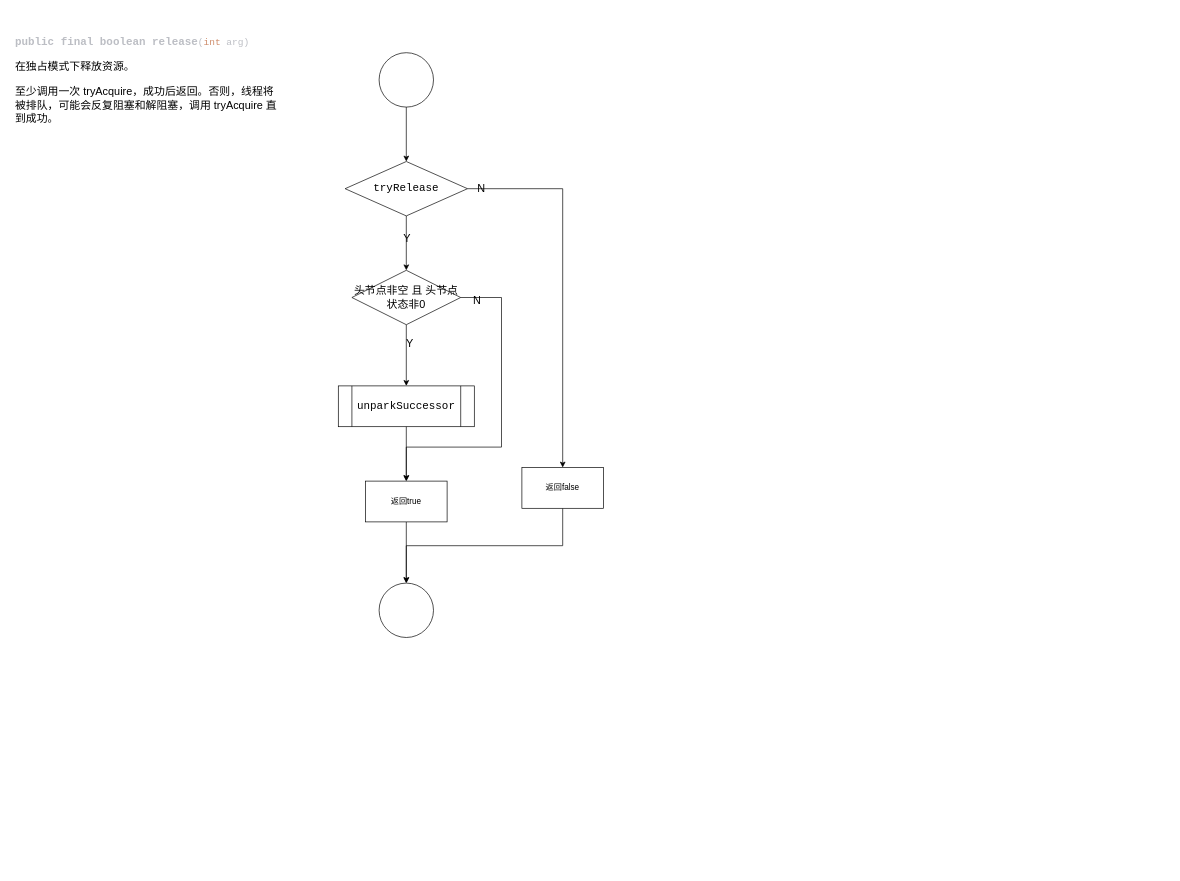
Above: page "release" (2 of 13) of src/drawio/aqs/aqs.drawio in NikolaZhang/NikolaZhang.github.io (draw.io), before the change. Source tidied: cells renumbered, new cells numbered last; positions are measured from the earlier drawing's top-left corner, leaving out a move shared by most shapes. Both pictures are drawn from the tidied source at 68%, with x=0, y=0 at pixel (12, 32).
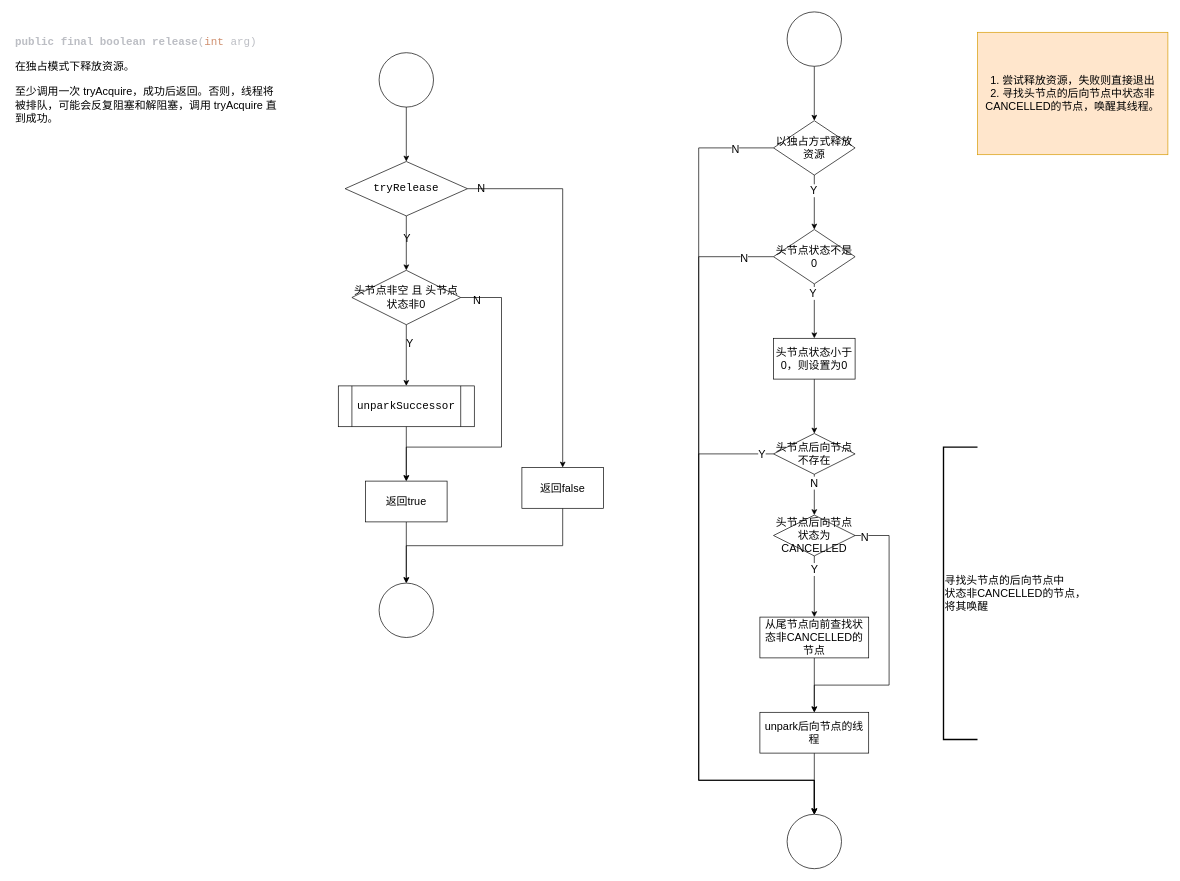
The same page after the edit.

Unchanged cells that the change refers to:
```xml
<mxCell id="17" style="ellipse;whiteSpace=wrap;html=1;fontSize=16;fontColor=#000000;labelBackgroundColor=none;" parent="1" vertex="1">
  <mxGeometry x="540" y="810" width="80" height="80" as="geometry" />
</mxCell>
```

Change to the diagram source:
```diff
@@
-    <mxCell id="2" value="&lt;h1 style=&quot;font-size: 16px;&quot;&gt;&lt;div style=&quot;color: rgb(188, 190, 196); font-size: 16px;&quot;&gt;&lt;pre style=&quot;font-family: &amp;quot;Fira Code Medium&amp;quot;, monospace; font-size: 16px;&quot;&gt;&lt;div style=&quot;font-size: 16px;&quot;&gt;&lt;pre style=&quot;font-family: &amp;quot;Fira Code Medium&amp;quot;, monospace; font-size: 16px;&quot;&gt;public final boolean release&lt;span style=&quot;font-size: 10.5pt; font-weight: normal;&quot;&gt;(&lt;/span&gt;&lt;span style=&quot;font-size: 10.5pt; font-weight: normal; color: rgb(207, 142, 109);&quot;&gt;int &lt;/span&gt;&lt;span style=&quot;font-size: 10.5pt; font-weight: normal;&quot;&gt;arg)&lt;/span&gt;&lt;/pre&gt;&lt;pre style=&quot;font-family: &amp;quot;Fira Code Medium&amp;quot;, monospace; font-size: 16px;&quot;&gt;&lt;span style=&quot;background-color: initial; color: rgb(0, 0, 0); font-family: Helvetica; font-weight: normal;&quot;&gt;在独占模式下释放资源。&lt;/span&gt;&lt;br&gt;&lt;/pre&gt;&lt;/div&gt;&lt;/pre&gt;&lt;/div&gt;&lt;/h1&gt;&lt;p style=&quot;font-size: 16px;&quot;&gt;至少调用一次 tryAcquire，成功后返回。否则，线程将被排队，可能会反复阻塞和解阻塞，调用 tryAcquire 直到成功。&lt;/p&gt;" style="text;html=1;strokeColor=none;fillColor=none;spacing=5;spacingTop=-20;whiteSpace=wrap;overflow=hidden;rounded=0;fontSize=16;" parent="1" vertex="1">
+    <mxCell id="2" value="&lt;h1 style=&quot;font-size: 16px;&quot;&gt;&lt;div style=&quot;color: rgb(188, 190, 196); font-size: 16px;&quot;&gt;&lt;pre style=&quot;font-family: &amp;quot;Fira Code Medium&amp;quot;, monospace; font-size: 16px;&quot;&gt;&lt;div style=&quot;font-size: 16px;&quot;&gt;&lt;pre style=&quot;font-family: &amp;quot;Fira Code Medium&amp;quot;, monospace; font-size: 16px;&quot;&gt;public final boolean release&lt;span style=&quot;font-size: 16px; font-weight: normal;&quot;&gt;(&lt;/span&gt;&lt;span style=&quot;font-size: 16px; font-weight: normal; color: rgb(207, 142, 109);&quot;&gt;int &lt;/span&gt;&lt;span style=&quot;font-size: 16px; font-weight: normal;&quot;&gt;arg)&lt;/span&gt;&lt;/pre&gt;&lt;pre style=&quot;font-family: &amp;quot;Fira Code Medium&amp;quot;, monospace; font-size: 16px;&quot;&gt;&lt;span style=&quot;background-color: initial; color: rgb(0, 0, 0); font-family: Helvetica; font-weight: normal; font-size: 16px;&quot;&gt;在独占模式下释放资源。&lt;/span&gt;&lt;br style=&quot;font-size: 16px;&quot;&gt;&lt;/pre&gt;&lt;/div&gt;&lt;/pre&gt;&lt;/div&gt;&lt;/h1&gt;&lt;p style=&quot;font-size: 16px;&quot;&gt;至少调用一次 tryAcquire，成功后返回。否则，线程将被排队，可能会反复阻塞和解阻塞，调用 tryAcquire 直到成功。&lt;/p&gt;" style="text;html=1;strokeColor=none;fillColor=none;spacing=5;spacingTop=-20;whiteSpace=wrap;overflow=hidden;rounded=0;fontSize=16;" parent="1" vertex="1">
       <mxGeometry width="400" height="150" as="geometry" />
     </mxCell>
@@
-    <mxCell id="19" value="返回true" style="rounded=0;whiteSpace=wrap;html=1;" parent="1" vertex="1">
+    <mxCell id="19" value="返回true" style="rounded=0;whiteSpace=wrap;html=1;fontSize=16;" parent="1" vertex="1">
       <mxGeometry x="520" y="660" width="120" height="60" as="geometry" />
     </mxCell>
-    <mxCell id="20" style="edgeStyle=orthogonalEdgeStyle;rounded=0;jettySize=auto;html=1;exitX=0.5;exitY=1;exitDx=0;exitDy=0;entryX=0.5;entryY=0;entryDx=0;entryDy=0;" parent="1" edge="1" source="21" target="17">
+    <mxCell id="20" style="edgeStyle=orthogonalEdgeStyle;rounded=0;jettySize=auto;html=1;exitX=0.5;exitY=1;exitDx=0;exitDy=0;entryX=0.5;entryY=0;entryDx=0;entryDy=0;fontSize=16;" parent="1" edge="1" source="21" target="17">
       <mxGeometry relative="1" as="geometry" />
     </mxCell>
-    <mxCell id="21" value="返回false" style="rounded=0;whiteSpace=wrap;html=1;" parent="1" vertex="1">
+    <mxCell id="21" value="返回false" style="rounded=0;whiteSpace=wrap;html=1;fontSize=16;" parent="1" vertex="1">
       <mxGeometry x="750" y="640" width="120" height="60" as="geometry" />
     </mxCell>
+    <mxCell id="22" style="edgeStyle=orthogonalEdgeStyle;rounded=0;jettySize=auto;html=1;fontSize=16;" parent="1" edge="1" source="23" target="28">
+      <mxGeometry relative="1" as="geometry" />
+    </mxCell>
+    <mxCell id="23" style="ellipse;whiteSpace=wrap;html=1;fontSize=16;" parent="1" vertex="1">
+      <mxGeometry x="1140" y="-30" width="80" height="80" as="geometry" />
+    </mxCell>
+    <mxCell id="24" style="edgeStyle=orthogonalEdgeStyle;rounded=0;jettySize=auto;html=1;fontSize=16;" parent="1" edge="1" source="28" target="33">
+      <mxGeometry relative="1" as="geometry" />
+    </mxCell>
+    <mxCell id="25" value="Y" style="edgeLabel;html=1;align=center;verticalAlign=middle;fontSize=16;" parent="24" vertex="1">
+      <mxGeometry x="-0.45" y="-2" relative="1" as="geometry" />
+    </mxCell>
+    <mxCell id="26" style="edgeStyle=orthogonalEdgeStyle;rounded=0;jettySize=auto;html=1;fontSize=16;" parent="1" edge="1" source="28" target="36">
+      <mxGeometry relative="1" as="geometry">
+        <Array as="points">
+          <mxPoint x="1010" y="170" />
+          <mxPoint x="1010" y="1100" />
+          <mxPoint x="1180" y="1100" />
+        </Array>
+      </mxGeometry>
+    </mxCell>
+    <mxCell id="27" value="N" style="edgeLabel;html=1;align=center;verticalAlign=middle;fontSize=16;" parent="26" vertex="1">
+      <mxGeometry x="-0.91" y="1" relative="1" as="geometry" />
+    </mxCell>
+    <mxCell id="28" value="以独占方式释放资源" style="rhombus;whiteSpace=wrap;html=1;fontSize=16;" parent="1" vertex="1">
+      <mxGeometry x="1120" y="130" width="120" height="80" as="geometry" />
+    </mxCell>
+    <mxCell id="29" style="edgeStyle=orthogonalEdgeStyle;rounded=0;jettySize=auto;html=1;fontSize=16;" parent="1" edge="1" source="33" target="35">
+      <mxGeometry relative="1" as="geometry" />
+    </mxCell>
+    <mxCell id="30" value="Y" style="edgeLabel;html=1;align=center;verticalAlign=middle;fontSize=16;" parent="29" vertex="1">
+      <mxGeometry x="-0.67" y="-3" relative="1" as="geometry" />
+    </mxCell>
+    <mxCell id="31" style="edgeStyle=orthogonalEdgeStyle;rounded=0;jettySize=auto;html=1;exitX=0;exitY=0.5;exitDx=0;exitDy=0;entryX=0.5;entryY=0;entryDx=0;entryDy=0;fontSize=16;" parent="1" edge="1" source="33" target="36">
+      <mxGeometry relative="1" as="geometry">
+        <Array as="points">
+          <mxPoint x="1010" y="330" />
+          <mxPoint x="1010" y="1100" />
+          <mxPoint x="1180" y="1100" />
+        </Array>
+      </mxGeometry>
+    </mxCell>
+    <mxCell id="32" value="N" style="edgeLabel;html=1;align=center;verticalAlign=middle;fontSize=16;" parent="31" vertex="1">
+      <mxGeometry x="-0.92" y="1" relative="1" as="geometry" />
+    </mxCell>
+    <mxCell id="33" value="头节点状态不是0" style="rhombus;whiteSpace=wrap;html=1;fontSize=16;" parent="1" vertex="1">
+      <mxGeometry x="1120" y="290" width="120" height="80" as="geometry" />
+    </mxCell>
+    <mxCell id="34" style="edgeStyle=orthogonalEdgeStyle;rounded=0;jettySize=auto;html=1;fontSize=16;" parent="1" edge="1" source="35" target="41">
+      <mxGeometry relative="1" as="geometry" />
+    </mxCell>
+    <mxCell id="35" value="头节点状态小于0，则设置为0" style="whiteSpace=wrap;html=1;fontSize=16;" parent="1" vertex="1">
+      <mxGeometry x="1120" y="450" width="120" height="60" as="geometry" />
+    </mxCell>
+    <mxCell id="36" style="ellipse;whiteSpace=wrap;html=1;fontSize=16;" parent="1" vertex="1">
+      <mxGeometry x="1140" y="1150" width="80" height="80" as="geometry" />
+    </mxCell>
+    <mxCell id="37" style="edgeStyle=orthogonalEdgeStyle;rounded=0;jettySize=auto;html=1;fontSize=16;" parent="1" edge="1" source="48" target="43">
+      <mxGeometry relative="1" as="geometry" />
+    </mxCell>
+    <mxCell id="38" value="Y" style="edgeLabel;html=1;align=center;verticalAlign=middle;fontSize=16;" parent="37" vertex="1">
+      <mxGeometry x="-0.58" y="-1" relative="1" as="geometry" />
+    </mxCell>
+    <mxCell id="39" style="edgeStyle=orthogonalEdgeStyle;rounded=0;jettySize=auto;html=1;exitX=0;exitY=0.5;exitDx=0;exitDy=0;entryX=0.5;entryY=0;entryDx=0;entryDy=0;fontSize=16;" parent="1" edge="1" source="41" target="36">
+      <mxGeometry relative="1" as="geometry">
+        <Array as="points">
+          <mxPoint x="1010" y="620" />
+          <mxPoint x="1010" y="1100" />
+          <mxPoint x="1180" y="1100" />
+        </Array>
+      </mxGeometry>
+    </mxCell>
+    <mxCell id="40" value="Y" style="edgeLabel;html=1;align=center;verticalAlign=middle;fontSize=16;" parent="39" vertex="1">
+      <mxGeometry x="-0.76" y="1" relative="1" as="geometry">
+        <mxPoint x="79" y="-1" as="offset" />
+      </mxGeometry>
+    </mxCell>
+    <mxCell id="41" value="头节点后向节点不存在" style="whiteSpace=wrap;html=1;shape=rhombus;perimeter=rhombusPerimeter;fontSize=16;" parent="1" vertex="1">
+      <mxGeometry x="1120" y="590" width="120" height="60" as="geometry" />
+    </mxCell>
+    <mxCell id="42" style="edgeStyle=orthogonalEdgeStyle;rounded=0;jettySize=auto;html=1;fontSize=16;" parent="1" edge="1" source="43" target="50">
+      <mxGeometry relative="1" as="geometry" />
+    </mxCell>
+    <mxCell id="43" value="从尾节点向前查找状态非CANCELLED的节点" style="whiteSpace=wrap;html=1;fontSize=16;" parent="1" vertex="1">
+      <mxGeometry x="1100" y="860" width="160" height="60" as="geometry" />
+    </mxCell>
+    <mxCell id="44" style="edgeStyle=orthogonalEdgeStyle;rounded=0;jettySize=auto;html=1;fontSize=16;" parent="1" edge="1" source="41" target="48">
+      <mxGeometry relative="1" as="geometry" />
+    </mxCell>
+    <mxCell id="45" value="N" style="edgeLabel;html=1;align=center;verticalAlign=middle;fontSize=16;" parent="44" vertex="1">
+      <mxGeometry x="-0.61" y="-1" relative="1" as="geometry" />
+    </mxCell>
+    <mxCell id="46" style="edgeStyle=orthogonalEdgeStyle;rounded=0;jettySize=auto;html=1;exitX=1;exitY=0.5;exitDx=0;exitDy=0;entryX=0.5;entryY=0;entryDx=0;entryDy=0;fontSize=16;" parent="1" edge="1" source="48" target="50">
+      <mxGeometry relative="1" as="geometry">
+        <Array as="points">
+          <mxPoint x="1290" y="740" />
+          <mxPoint x="1290" y="960" />
+          <mxPoint x="1180" y="960" />
+        </Array>
+      </mxGeometry>
+    </mxCell>
+    <mxCell id="47" value="N" style="edgeLabel;html=1;align=center;verticalAlign=middle;fontSize=16;" parent="46" vertex="1">
+      <mxGeometry x="-0.94" y="-1" relative="1" as="geometry" />
+    </mxCell>
+    <mxCell id="48" value="头节点后向节点状态为CANCELLED" style="rhombus;whiteSpace=wrap;html=1;fontSize=16;" parent="1" vertex="1">
+      <mxGeometry x="1120" y="710" width="120" height="60" as="geometry" />
+    </mxCell>
+    <mxCell id="49" style="edgeStyle=orthogonalEdgeStyle;rounded=0;jettySize=auto;html=1;exitX=0.5;exitY=1;exitDx=0;exitDy=0;entryX=0.5;entryY=0;entryDx=0;entryDy=0;fontSize=16;" parent="1" edge="1" source="50" target="36">
+      <mxGeometry relative="1" as="geometry" />
+    </mxCell>
+    <mxCell id="50" value="unpark后向节点的线程" style="whiteSpace=wrap;html=1;fontSize=16;" parent="1" vertex="1">
+      <mxGeometry x="1100" y="1000" width="160" height="60" as="geometry" />
+    </mxCell>
+    <mxCell id="51" value="1. 尝试释放资源，失败则直接退出&lt;br style=&quot;font-size: 16px;&quot;&gt;2. 寻找头节点的后向节点中状态非CANCELLED的节点，唤醒其线程。" style="text;html=1;align=center;verticalAlign=middle;whiteSpace=wrap;rounded=0;fillColor=#ffe6cc;strokeColor=#d79b00;fontSize=16;" parent="1" vertex="1">
+      <mxGeometry x="1420" width="280" height="180" as="geometry" />
+    </mxCell>
+    <mxCell id="52" value="寻找头节点的后向节点中&lt;br&gt;状态非CANCELLED的节点，&lt;br&gt;将其唤醒" style="strokeWidth=2;html=1;shape=mxgraph.flowchart.annotation_1;align=left;fontSize=16;" parent="1" vertex="1">
+      <mxGeometry x="1370" y="610" width="50" height="430" as="geometry" />
+    </mxCell>
```
